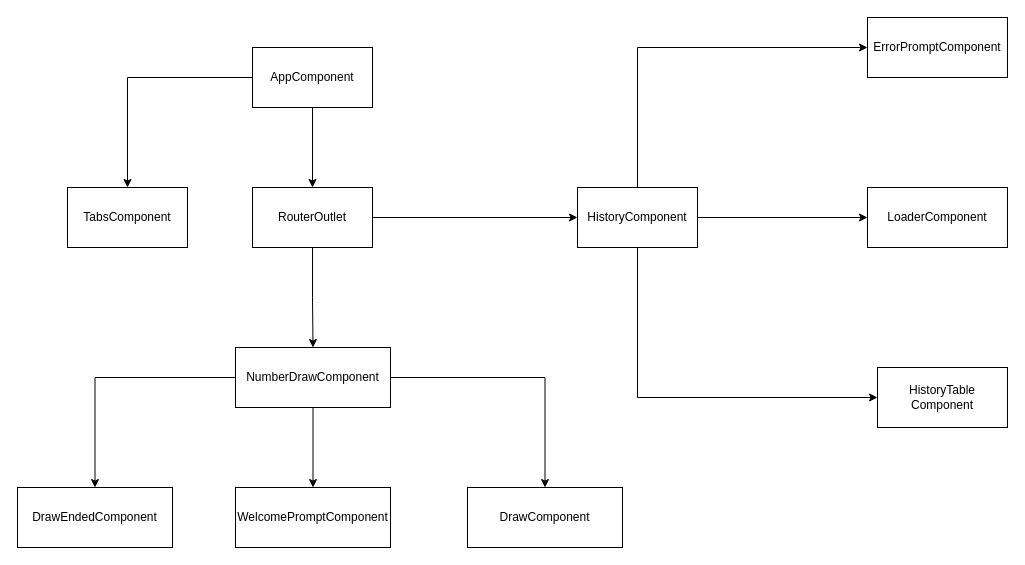
This is diagrams/component-tree.drawio from ciurtetudorcatalin/lottery-draw, a draw.io file, before an edit. Source tidied: cells renumbered, new cells numbered last; positions are measured from the earlier drawing's top-left corner, leaving out a move shared by most shapes. Both pictures are drawn from the tidied source at 100%, with x=0, y=0 at pixel (17, 17).
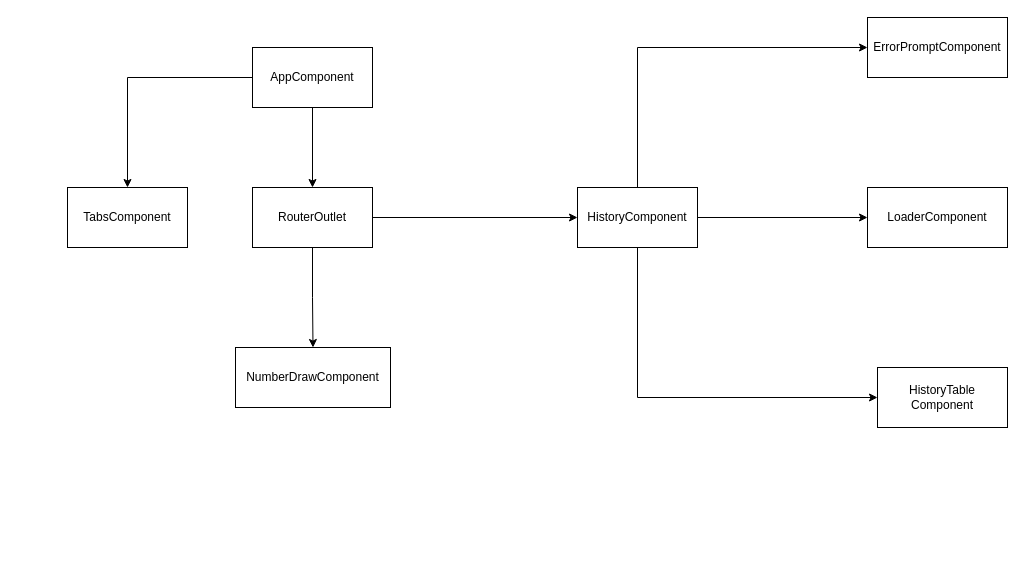
After the change.

Unchanged cells that the change refers to:
```xml
<mxCell id="16" value="NumberDrawComponent" style="rounded=0;whiteSpace=wrap;html=1;" parent="1" vertex="1">
  <mxGeometry x="218" y="330" width="155" height="60" as="geometry" />
</mxCell>
```

Change to the diagram source:
```diff
@@
-    <mxCell id="13" style="edgeStyle=orthogonalEdgeStyle;rounded=0;jettySize=auto;html=1;" parent="1" edge="1" source="16" target="20">
-      <mxGeometry relative="1" as="geometry" />
-    </mxCell>
-    <mxCell id="14" style="edgeStyle=orthogonalEdgeStyle;rounded=0;jettySize=auto;html=1;entryX=0.5;entryY=0;entryDx=0;entryDy=0;exitX=1;exitY=0.5;exitDx=0;exitDy=0;" parent="1" edge="1" source="16" target="21">
-      <mxGeometry relative="1" as="geometry" />
-    </mxCell>
-    <mxCell id="15" style="edgeStyle=orthogonalEdgeStyle;rounded=0;jettySize=auto;html=1;entryX=0.5;entryY=0;entryDx=0;entryDy=0;" parent="1" edge="1" source="16" target="22">
-      <mxGeometry relative="1" as="geometry" />
-    </mxCell>
@@
-    <mxCell id="20" value="WelcomePromptComponent" style="rounded=0;whiteSpace=wrap;html=1;" parent="1" vertex="1">
-      <mxGeometry x="218" y="470" width="155" height="60" as="geometry" />
-    </mxCell>
-    <mxCell id="21" value="DrawComponent" style="rounded=0;whiteSpace=wrap;html=1;" parent="1" vertex="1">
-      <mxGeometry x="450" y="470" width="155" height="60" as="geometry" />
-    </mxCell>
-    <mxCell id="22" value="DrawEndedComponent" style="rounded=0;whiteSpace=wrap;html=1;" parent="1" vertex="1">
-      <mxGeometry y="470" width="155" height="60" as="geometry" />
-    </mxCell>
```
